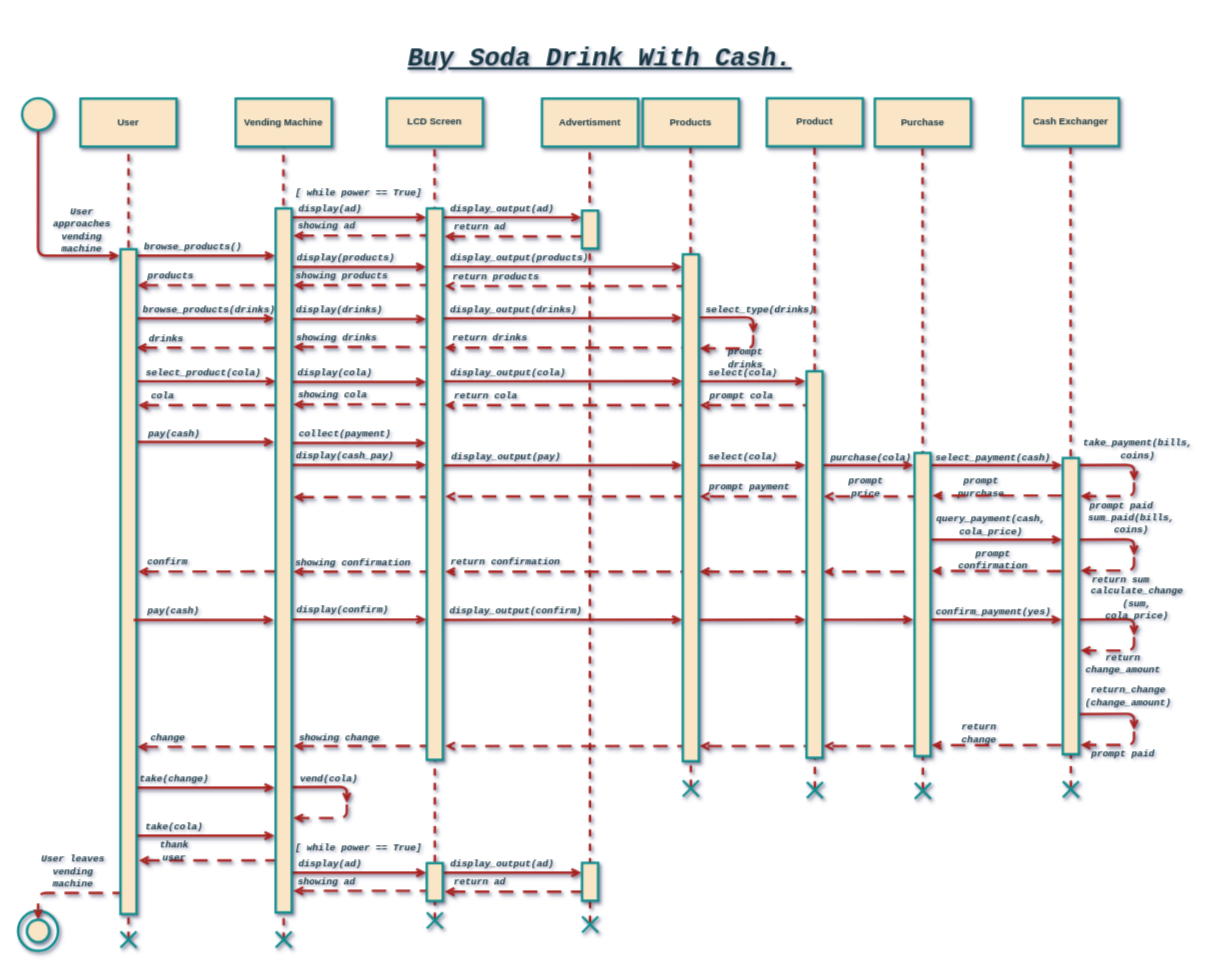
The draw.io diagram page "Purchase_Sequence_Diagram" (3 of 18) of CSC382-Software_Engineering/Final/Final.drawio in casonk/university-coursework, before the edit. Source tidied: cells renumbered, new cells numbered last; positions are measured from the earlier drawing's top-left corner, leaving out a move shared by most shapes. Both pictures are drawn from the tidied source at 80%, with x=0, y=0 at pixel (-204, 17).
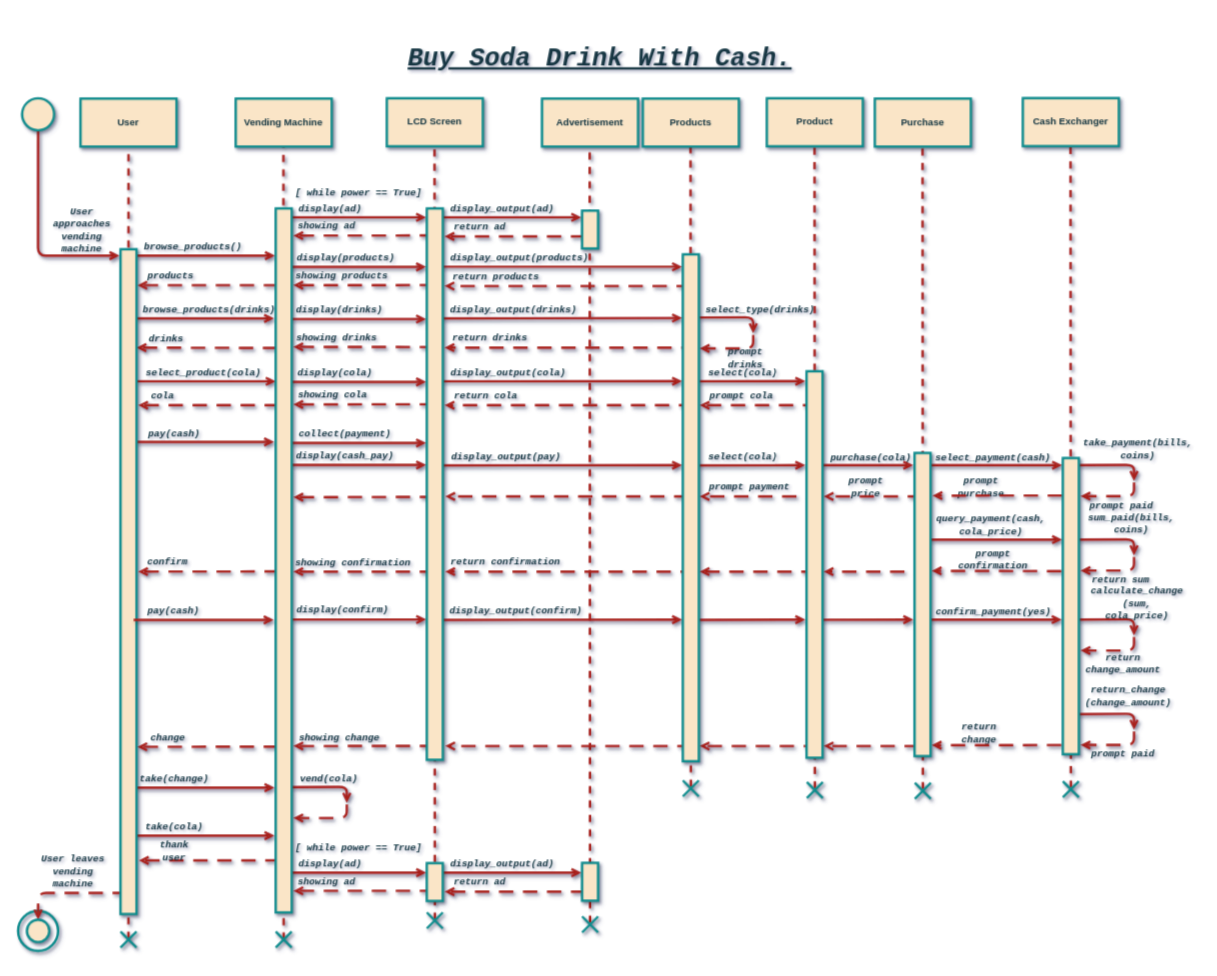
The same diagram, later.

The edit, as a diff of the source:
```diff
@@
-    <mxCell id="24" value="Advertisment" style="whiteSpace=wrap;html=1;fillColor=#FAE5C7;strokeColor=#0F8B8D;fontColor=#143642;shadow=1;fontStyle=1;strokeWidth=3;" parent="1" vertex="1">
+    <mxCell id="24" value="Advertisement" style="whiteSpace=wrap;html=1;fillColor=#FAE5C7;strokeColor=#0F8B8D;fontColor=#143642;shadow=1;fontStyle=1;strokeWidth=3;" parent="1" vertex="1">
       <mxGeometry x="932" y="101.7" width="120" height="60" as="geometry" />
     </mxCell>
```
